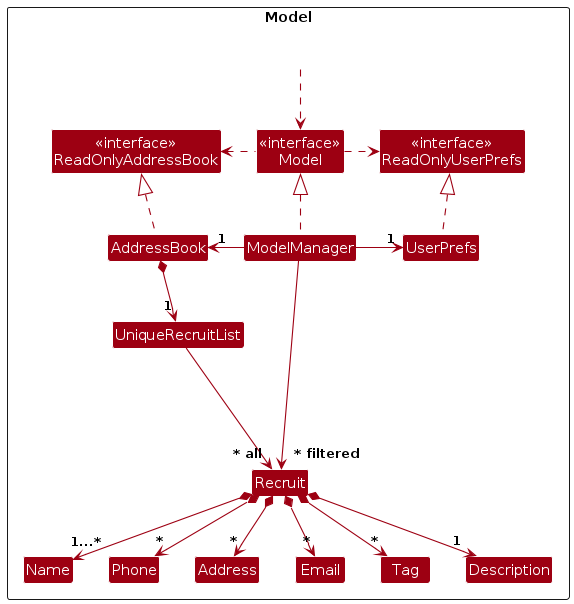
Above: diagrams/ModelClassDiagram.png in AY2526S1-CS2103T-F09-3/tp (PlantUML), before the change. Its source is kept beside it as diagrams/ModelClassDiagram.puml.
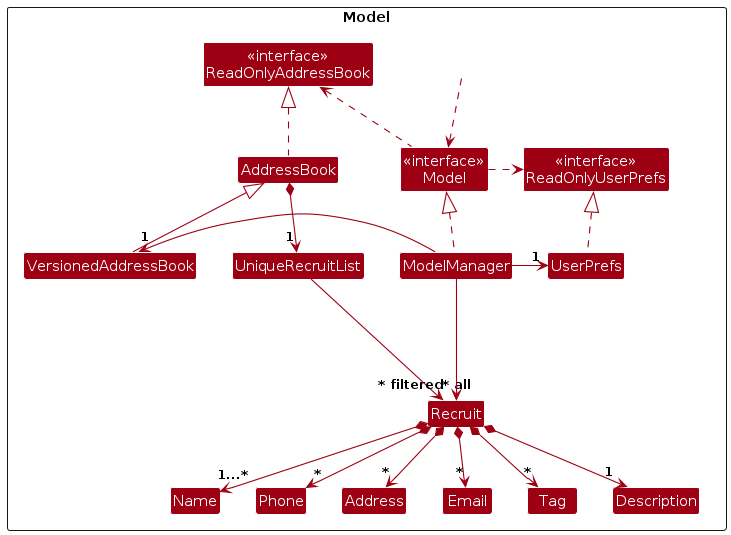
Later version of the same file.

Diff of the diagram source:
```diff
@@ -9,6 +9,7 @@
 Class "<<interface>>\nReadOnlyUserPrefs" as ReadOnlyUserPrefs
 Class "<<interface>>\nModel" as Model
 Class AddressBook
+Class VersionedAddressBook
 Class ModelManager
 Class UserPrefs
 
@@ -25,11 +26,12 @@
 HiddenOutside ..> Model
 
 AddressBook .up.|> ReadOnlyAddressBook
+VersionedAddressBook -up-|> AddressBook
 
 ModelManager .up.|> Model
 Model .right.> ReadOnlyUserPrefs
 Model .left.> ReadOnlyAddressBook
-ModelManager -left-> "1" AddressBook
+ModelManager -left-> "1" VersionedAddressBook
 ModelManager -right-> "1" UserPrefs
 UserPrefs .up.|> ReadOnlyUserPrefs
 
```
